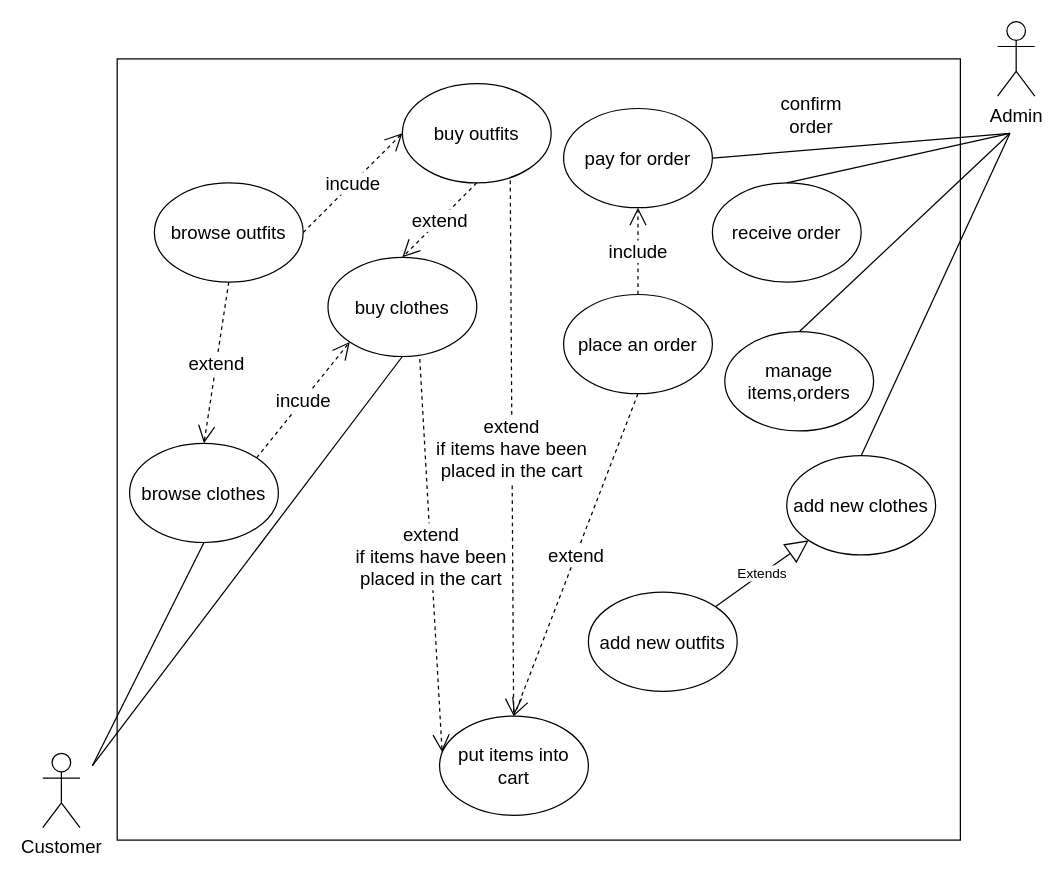
This is specification/diagrams/DripUseCase.drawio from gyarmati21/Drip-Shop, a draw.io file, before an edit. Source tidied: cells renumbered, new cells numbered last; positions are measured from the earlier drawing's top-left corner, leaving out a move shared by most shapes. Both pictures are drawn from the tidied source at 124%, with x=0, y=0 at pixel (42, 21).
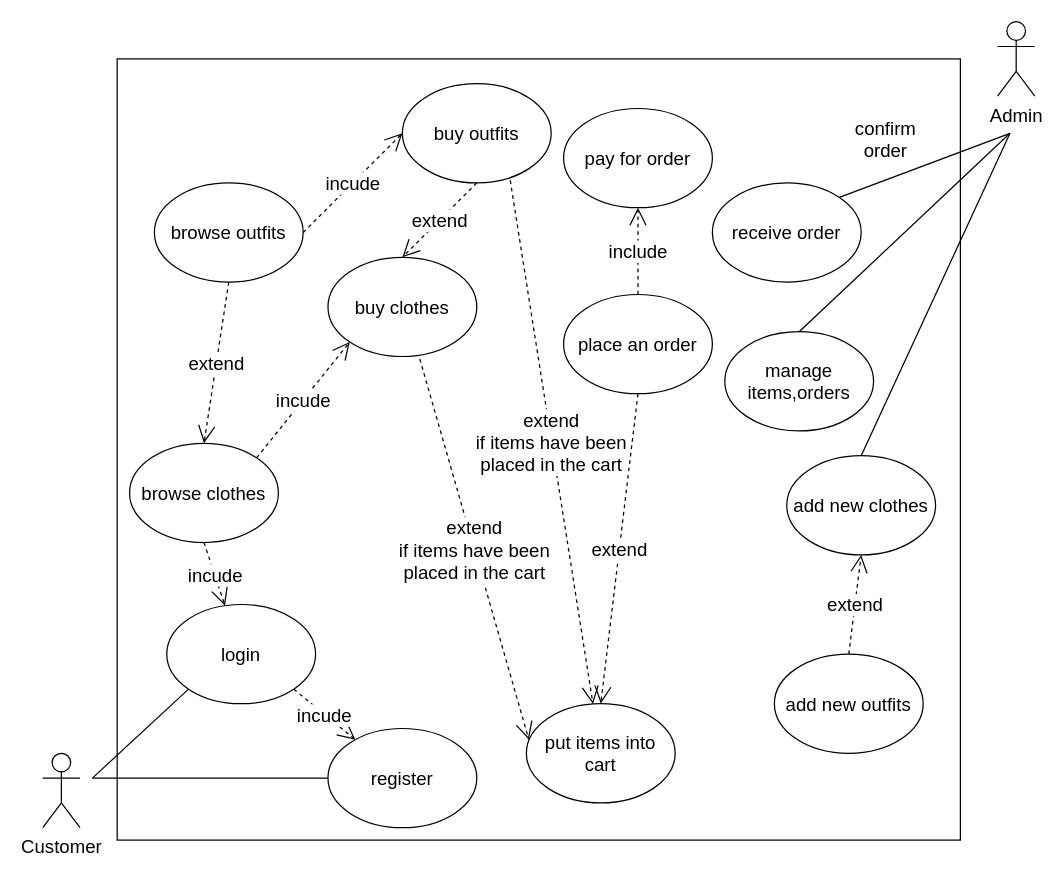
The same page after the edit.

Commit message (it also covers changes not shown here):
Finish up Use Case

The change refers to these unchanged cells:
```xml
<mxCell id="5" value="&lt;font style=&quot;font-size: 15px;&quot;&gt;browse clothes&lt;/font&gt;" style="ellipse;whiteSpace=wrap;html=1;" parent="1" vertex="1">
  <mxGeometry x="70" y="340" width="120" height="80" as="geometry" />
</mxCell>
<mxCell id="8" value="buy clothes" style="ellipse;whiteSpace=wrap;html=1;fontSize=15;" parent="1" vertex="1">
  <mxGeometry x="230" y="190" width="120" height="80" as="geometry" />
</mxCell>
<mxCell id="11" value="add new clothes" style="ellipse;whiteSpace=wrap;html=1;fontSize=15;" parent="1" vertex="1">
  <mxGeometry x="600" y="350" width="120" height="80" as="geometry" />
</mxCell>
<mxCell id="17" value="receive order" style="ellipse;whiteSpace=wrap;html=1;fontSize=15;" parent="1" vertex="1">
  <mxGeometry x="540" y="130" width="120" height="80" as="geometry" />
</mxCell>
<mxCell id="18" value="pay for order" style="ellipse;whiteSpace=wrap;html=1;fontSize=15;" parent="1" vertex="1">
  <mxGeometry x="420" y="70" width="120" height="80" as="geometry" />
</mxCell>
```

Change to the diagram source:
```diff
@@
-    <mxCell id="7" style="endArrow=none;html=1;rounded=0;entryX=0.5;entryY=1;entryDx=0;entryDy=0;" parent="1" edge="1" target="5">
-      <mxGeometry relative="1" as="geometry">
-        <mxPoint x="40" y="600" as="sourcePoint" />
-      </mxGeometry>
-    </mxCell>
@@
-    <mxCell id="10" style="endArrow=none;html=1;rounded=0;entryX=0.5;entryY=1;entryDx=0;entryDy=0;" parent="1" edge="1" target="8">
-      <mxGeometry relative="1" as="geometry">
-        <mxPoint x="40" y="600" as="sourcePoint" />
-      </mxGeometry>
-    </mxCell>
@@
     <mxCell id="12" value="add new outfits" style="ellipse;whiteSpace=wrap;html=1;fontSize=15;" parent="1" vertex="1">
-      <mxGeometry x="440" y="460" width="120" height="80" as="geometry" />
+      <mxGeometry x="590" y="510" width="120" height="80" as="geometry" />
     </mxCell>
-    <mxCell id="13" value="Extends" style="endArrow=block;endSize=16;endFill=0;html=1;rounded=0;exitX=1;exitY=0;exitDx=0;exitDy=0;entryX=0;entryY=1;entryDx=0;entryDy=0;" parent="1" edge="1" source="12" target="11">
-      <mxGeometry relative="1" as="geometry" />
-    </mxCell>
@@
     <mxCell id="15" value="put items into cart" style="ellipse;whiteSpace=wrap;html=1;fontSize=15;" parent="1" vertex="1">
-      <mxGeometry x="320" y="560" width="120" height="80" as="geometry" />
+      <mxGeometry x="390" y="550" width="120" height="80" as="geometry" />
     </mxCell>
@@
-    <mxCell id="19" style="endArrow=none;html=1;rounded=0;exitX=1;exitY=0.5;exitDx=0;exitDy=0;" parent="1" edge="1" source="18">
-      <mxGeometry relative="1" as="geometry">
-        <mxPoint x="780" y="90" as="targetPoint" />
-      </mxGeometry>
-    </mxCell>
     <mxCell id="20" value="confirm order" style="text;html=1;strokeColor=none;fillColor=none;align=center;verticalAlign=middle;whiteSpace=wrap;rounded=0;fontSize=15;" parent="1" vertex="1">
-      <mxGeometry x="590" y="60" width="60" height="30" as="geometry" />
+      <mxGeometry x="650" y="80" width="60" height="30" as="geometry" />
     </mxCell>
@@
-    <mxCell id="25" style="endArrow=none;html=1;rounded=0;exitX=0.5;exitY=0;exitDx=0;exitDy=0;" parent="1" edge="1" source="17">
+    <mxCell id="25" style="endArrow=none;html=1;rounded=0;exitX=1;exitY=0;exitDx=0;exitDy=0;" parent="1" edge="1" source="17">
       <mxGeometry relative="1" as="geometry">
         <mxPoint x="780" y="90" as="targetPoint" />
       </mxGeometry>
     </mxCell>
@@
+    <mxCell id="32" value="&lt;font style=&quot;font-size: 15px;&quot;&gt;register&lt;/font&gt;" style="ellipse;whiteSpace=wrap;html=1;" parent="1" vertex="1">
+      <mxGeometry x="230" y="570" width="120" height="80" as="geometry" />
+    </mxCell>
+    <mxCell id="33" value="&lt;font style=&quot;font-size: 15px;&quot;&gt;login&lt;br&gt;&lt;/font&gt;" style="ellipse;whiteSpace=wrap;html=1;" parent="1" vertex="1">
+      <mxGeometry x="100" y="470" width="120" height="80" as="geometry" />
+    </mxCell>
+    <mxCell id="34" style="endArrow=none;html=1;rounded=0;entryX=0;entryY=1;entryDx=0;entryDy=0;" parent="1" edge="1" target="33">
+      <mxGeometry relative="1" as="geometry">
+        <mxPoint x="40" y="610" as="sourcePoint" />
+      </mxGeometry>
+    </mxCell>
+    <mxCell id="35" style="endArrow=none;html=1;rounded=0;entryX=0;entryY=0.5;entryDx=0;entryDy=0;" parent="1" edge="1" target="32">
+      <mxGeometry relative="1" as="geometry">
+        <mxPoint x="40" y="610" as="sourcePoint" />
+      </mxGeometry>
+    </mxCell>
+    <mxCell id="36" value="incude" style="endArrow=open;endSize=12;dashed=1;html=1;rounded=0;fontSize=15;exitX=1;exitY=1;exitDx=0;exitDy=0;" parent="1" edge="1" source="33" target="32">
+      <mxGeometry relative="1" as="geometry" />
+    </mxCell>
+    <mxCell id="13" value="extend" style="endArrow=open;endSize=12;dashed=1;html=1;rounded=0;fontSize=15;exitX=0.5;exitY=0;exitDx=0;exitDy=0;entryX=0.5;entryY=1;entryDx=0;entryDy=0;" parent="1" edge="1" source="12" target="11">
+      <mxGeometry relative="1" as="geometry" />
+    </mxCell>
+    <mxCell id="37" value="incude" style="endArrow=open;endSize=12;dashed=1;html=1;rounded=0;fontSize=15;exitX=0.5;exitY=1;exitDx=0;exitDy=0;" parent="1" edge="1" source="5" target="33">
+      <mxGeometry relative="1" as="geometry" />
+    </mxCell>
```
